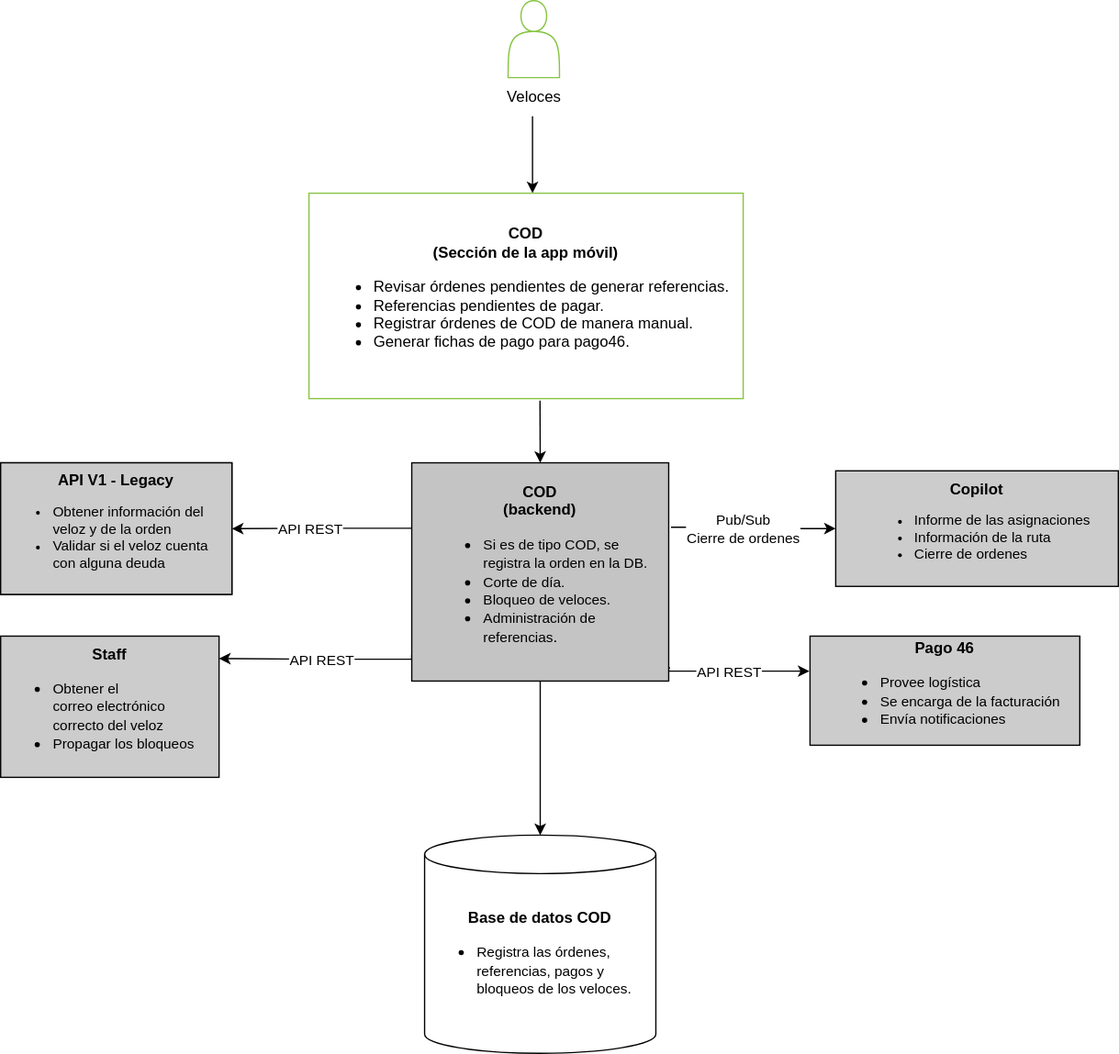
Earlier version of the draw.io export Diagrama C2 COD.svg (dani99m/Diagramas). Source tidied: cells renumbered, new cells last; positions are measured from the earlier drawing's top-left corner, leaving out a move shared by most shapes.
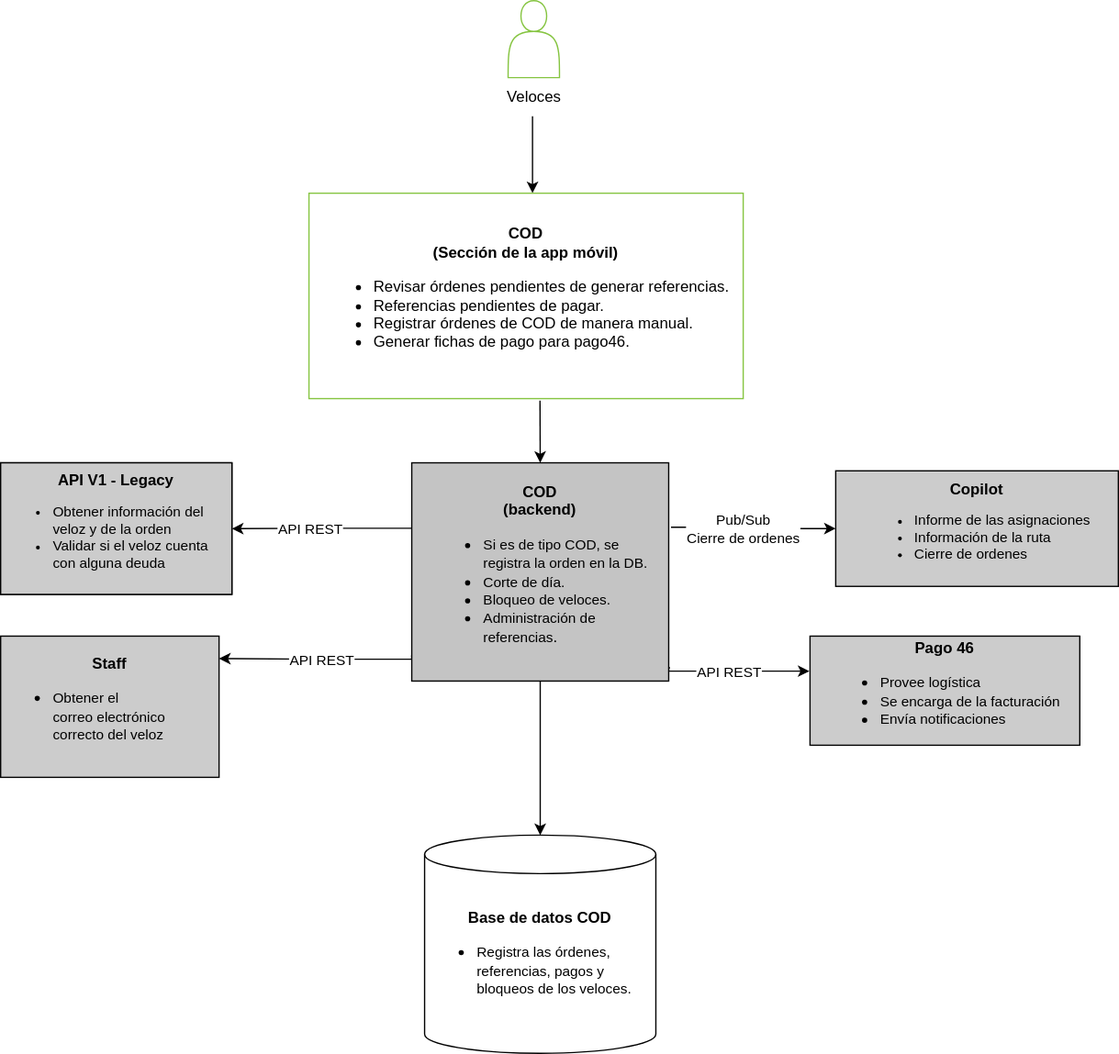
After the commit.

Change to the diagram source:
```diff
@@ -88,7 +88,7 @@
     <mxCell id="22" value="&lt;font style=&quot;font-weight: bold; font-size: 12px;&quot;&gt;API V1 - Legacy&lt;/font&gt;&lt;br&gt;&lt;div style=&quot;text-align: left;&quot;&gt;&lt;ul style=&quot;&quot;&gt;&lt;li style=&quot;&quot;&gt;&lt;span style=&quot;background-color: initial;&quot;&gt;Obtener información&amp;nbsp;&lt;/span&gt;del veloz y de la orden&lt;/li&gt;&lt;li style=&quot;&quot;&gt;Validar si el veloz cuenta con alguna deuda&lt;/li&gt;&lt;/ul&gt;&lt;/div&gt;" style="rounded=0;whiteSpace=wrap;html=1;fontSize=11;fillColor=#CCCCCC;" parent="1" vertex="1">
       <mxGeometry y="360" width="180" height="102.5" as="geometry" />
     </mxCell>
-    <mxCell id="23" value="&lt;b&gt;Staff&lt;/b&gt;&lt;br&gt;&lt;div style=&quot;text-align: left;&quot;&gt;&lt;ul&gt;&lt;li&gt;&lt;span style=&quot;background-color: initial;&quot;&gt;&lt;font style=&quot;font-size: 11px;&quot;&gt;Obtener el correo&amp;nbsp;&lt;/font&gt;&lt;/span&gt;&lt;font style=&quot;font-size: 11px;&quot;&gt;electrónico correcto del veloz&lt;/font&gt;&lt;/li&gt;&lt;li&gt;&lt;font style=&quot;font-size: 11px;&quot;&gt;Propagar los bloqueos&lt;/font&gt;&lt;/li&gt;&lt;/ul&gt;&lt;/div&gt;" style="rounded=0;whiteSpace=wrap;html=1;fontSize=12;fillColor=#CCCCCC;" parent="1" vertex="1">
+    <mxCell id="23" value="&lt;b&gt;Staff&lt;/b&gt;&lt;br&gt;&lt;div style=&quot;text-align: left;&quot;&gt;&lt;ul&gt;&lt;li&gt;&lt;span style=&quot;background-color: initial;&quot;&gt;&lt;font style=&quot;font-size: 11px;&quot;&gt;Obtener el correo&amp;nbsp;&lt;/font&gt;&lt;/span&gt;&lt;font style=&quot;font-size: 11px;&quot;&gt;electrónico correcto del veloz&lt;/font&gt;&lt;/li&gt;&lt;/ul&gt;&lt;/div&gt;" style="rounded=0;whiteSpace=wrap;html=1;fontSize=12;fillColor=#CCCCCC;" parent="1" vertex="1">
       <mxGeometry y="495" width="170" height="110" as="geometry" />
     </mxCell>
   </root>
```
